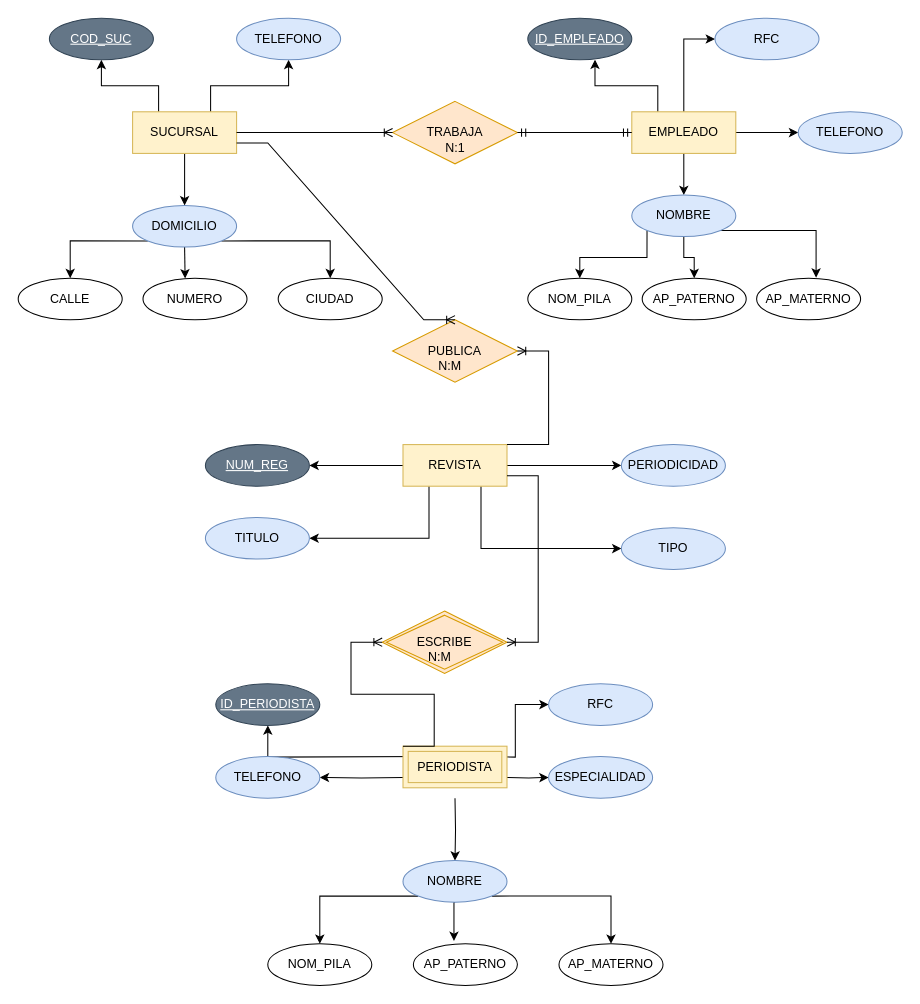
The draw.io diagram CadenaEditorial.drawio in AOlmosPilares/Base-de-Datos, before the edit. Source tidied: cells renumbered, new cells numbered last; positions are measured from the earlier drawing's top-left corner, leaving out a move shared by most shapes. Both pictures are drawn from the tidied source at 104%, with x=0, y=0 at pixel (18, 18).
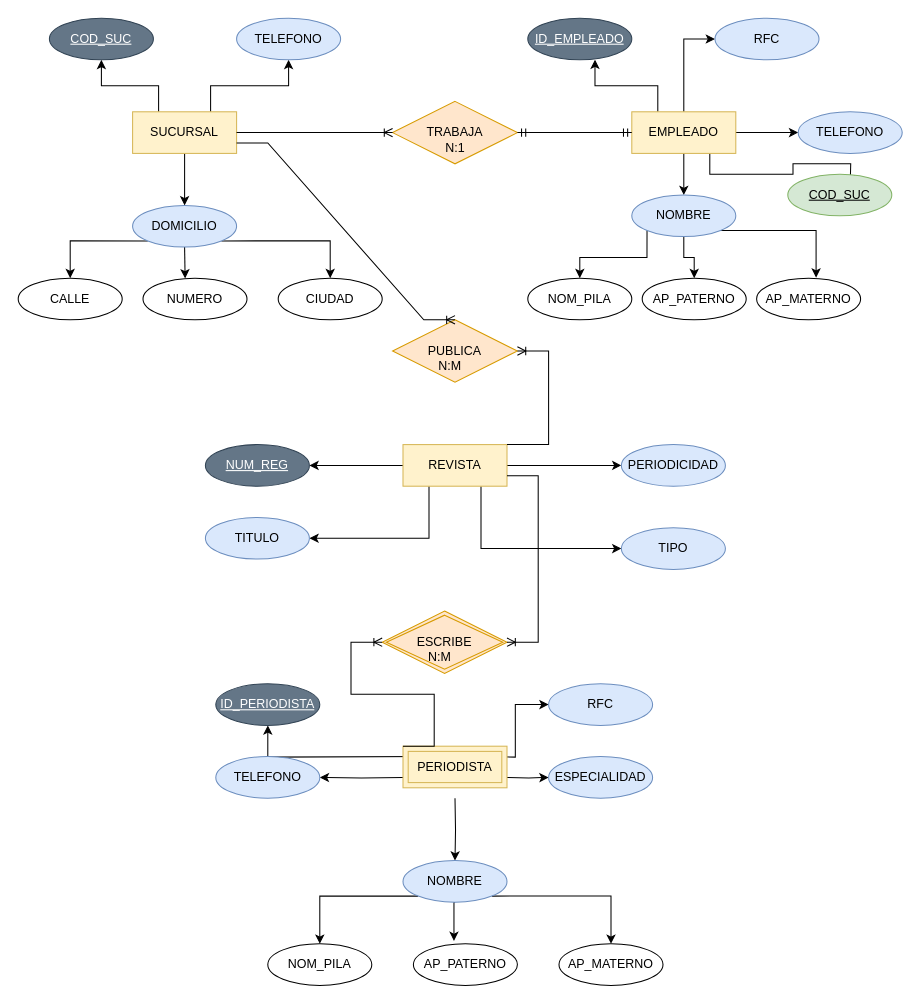
The same diagram, later.

Unchanged cells that the change refers to:
```xml
<mxCell id="19" value="EMPLEADO" style="whiteSpace=wrap;html=1;align=center;fillColor=#fff2cc;strokeColor=#d6b656;" parent="1" vertex="1">
  <mxGeometry x="590" y="90" width="100" height="40" as="geometry" />
</mxCell>
```

The edit, as a diff of the source:
```diff
@@
+    <mxCell id="68" style="edgeStyle=orthogonalEdgeStyle;rounded=0;jettySize=auto;html=1;exitX=0.75;exitY=1;exitDx=0;exitDy=0;" parent="1" edge="1" source="19">
+      <mxGeometry relative="1" as="geometry">
+        <mxPoint x="800" y="160" as="targetPoint" />
+      </mxGeometry>
+    </mxCell>
@@
+    <mxCell id="69" value="COD_SUC" style="ellipse;whiteSpace=wrap;html=1;align=center;fontStyle=4;fillColor=#d5e8d4;strokeColor=#82b366;" parent="1" vertex="1">
+      <mxGeometry x="740" y="150" width="100" height="40" as="geometry" />
+    </mxCell>
```
